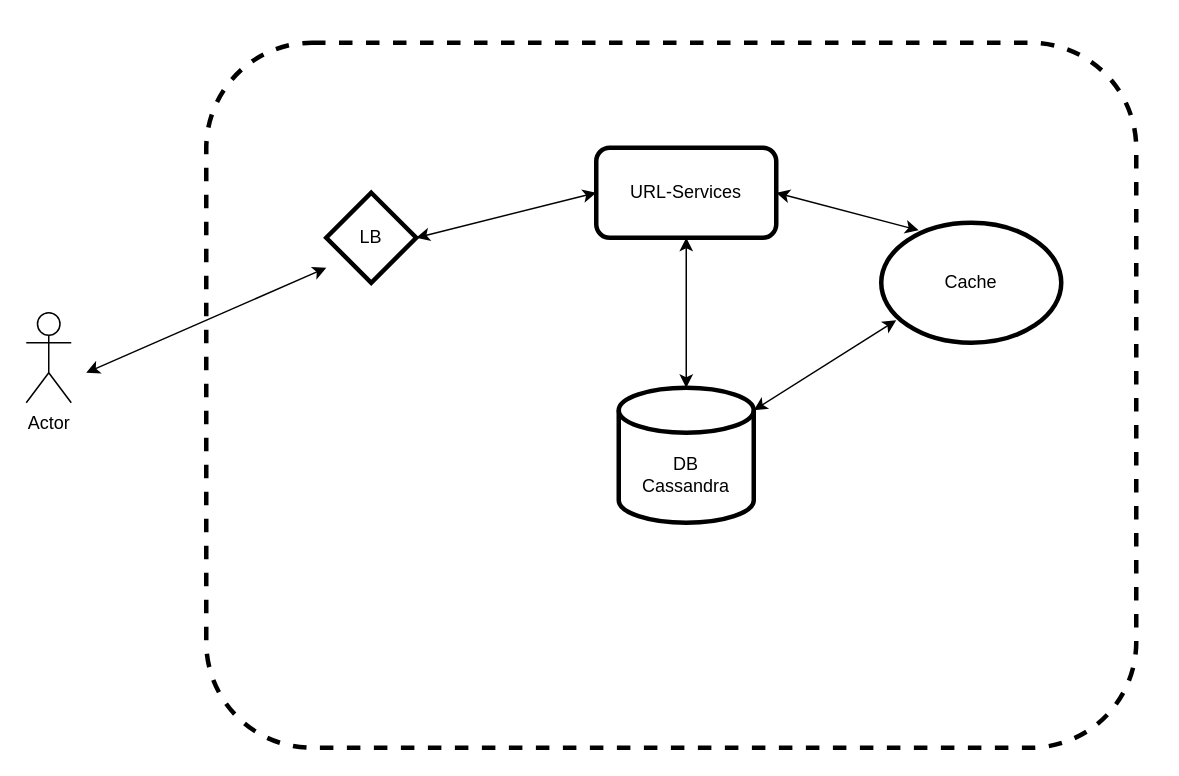
safeer123/algo-man keeps this draw.io diagram as page "URL_shortening_serive" (1 of 2) of learn-notes/URL_Shortening.drawio. Above is the earlier version. Source tidied: cells renumbered, new cells numbered last; positions are measured from the earlier drawing's top-left corner, leaving out a move shared by most shapes. Both pictures are drawn from the tidied source at 150%, with x=0, y=0 at pixel (26, 42).
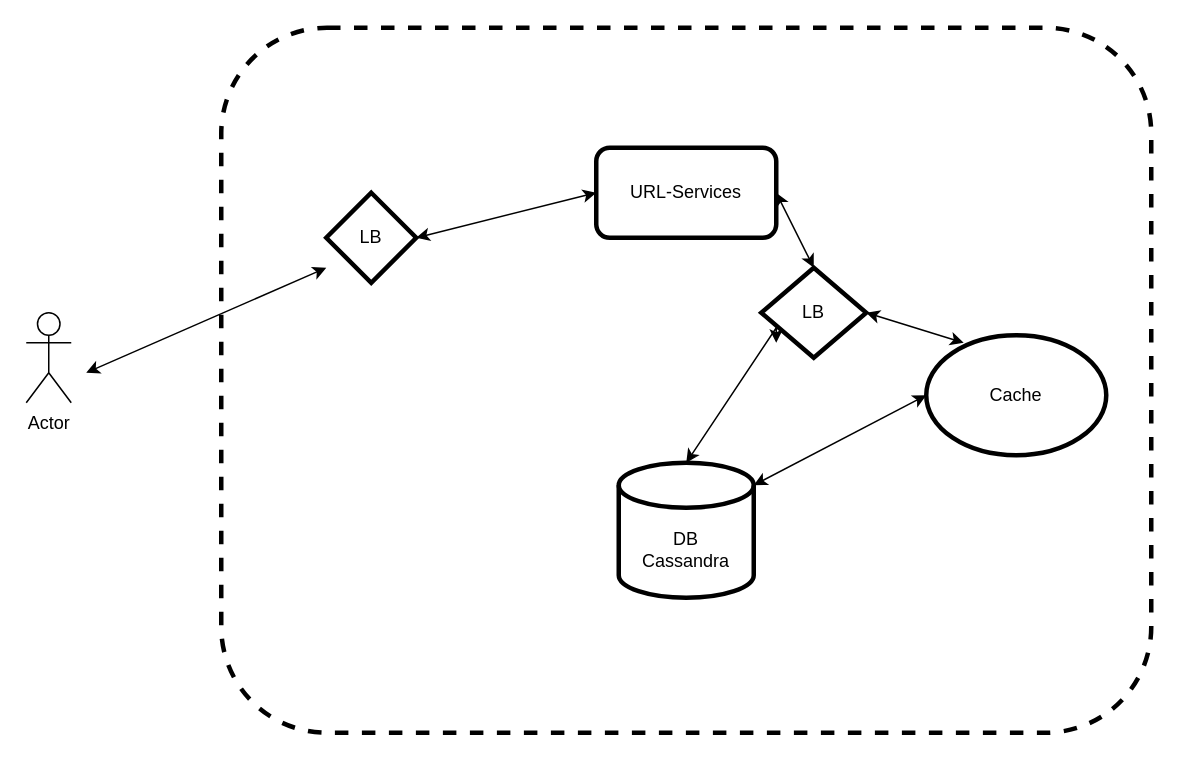
After the change.

The edit, as a diff of the source:
```diff
@@
 <mxGraphModel>
   <root>
     <mxCell id="0" />
     <mxCell id="1" parent="0" />
     <mxCell id="2" value="Actor" style="shape=umlActor;verticalLabelPosition=bottom;verticalAlign=top;html=1;" parent="1" vertex="1">
       <mxGeometry y="180" width="30" height="60" as="geometry" />
     </mxCell>
     <mxCell id="3" style="rounded=1;whiteSpace=wrap;html=1;dashed=1;strokeWidth=3;" parent="1" vertex="1">
-      <mxGeometry x="120" width="620" height="470" as="geometry" />
+      <mxGeometry x="130" y="-10" width="620" height="470" as="geometry" />
     </mxCell>
     <mxCell id="4" value="URL-Services" style="rounded=1;whiteSpace=wrap;html=1;strokeWidth=3;" parent="1" vertex="1">
       <mxGeometry x="380" y="70" width="120" height="60" as="geometry" />
     </mxCell>
     <mxCell id="5" value="DB&lt;br&gt;Cassandra" style="shape=cylinder3;whiteSpace=wrap;html=1;boundedLbl=1;backgroundOutline=1;size=15;strokeWidth=3;" parent="1" vertex="1">
-      <mxGeometry x="395" y="230" width="90" height="90" as="geometry" />
+      <mxGeometry x="395" y="280" width="90" height="90" as="geometry" />
     </mxCell>
     <mxCell id="6" style="endArrow=classic;startArrow=classic;html=1;rounded=0;" parent="1" edge="1">
       <mxGeometry relative="1" as="geometry">
         <mxPoint x="40" y="220" as="sourcePoint" />
         <mxPoint x="200" y="150" as="targetPoint" />
       </mxGeometry>
     </mxCell>
-    <mxCell id="7" style="endArrow=classic;startArrow=classic;html=1;rounded=0;entryX=0.5;entryY=0;entryDx=0;entryDy=0;entryPerimeter=0;exitX=0.5;exitY=1;exitDx=0;exitDy=0;" parent="1" edge="1" source="4" target="5">
-      <mxGeometry relative="1" as="geometry" />
+    <mxCell id="7" style="endArrow=classic;startArrow=classic;html=1;rounded=0;entryX=0.5;entryY=0;entryDx=0;entryDy=0;entryPerimeter=0;" parent="1" edge="1" target="5">
+      <mxGeometry relative="1" as="geometry">
+        <mxPoint x="500" y="200" as="sourcePoint" />
+        <Array as="points">
+          <mxPoint x="500" y="190" />
+        </Array>
+      </mxGeometry>
     </mxCell>
     <mxCell id="8" value="LB" style="rhombus;whiteSpace=wrap;html=1;strokeWidth=3;" parent="1" vertex="1">
       <mxGeometry x="200" y="100" width="60" height="60" as="geometry" />
     </mxCell>
     <mxCell id="9" style="endArrow=classic;startArrow=classic;html=1;rounded=0;exitX=0;exitY=0.5;exitDx=0;exitDy=0;entryX=1;entryY=0.5;entryDx=0;entryDy=0;" parent="1" edge="1" source="4" target="8">
       <mxGeometry relative="1" as="geometry" />
     </mxCell>
     <mxCell id="10" value="Cache" style="ellipse;whiteSpace=wrap;html=1;strokeWidth=3;" parent="1" vertex="1">
-      <mxGeometry x="570" y="120" width="120" height="80" as="geometry" />
+      <mxGeometry x="600" y="195" width="120" height="80" as="geometry" />
     </mxCell>
-    <mxCell id="11" style="endArrow=classic;startArrow=classic;html=1;rounded=0;entryX=0.208;entryY=0.063;entryDx=0;entryDy=0;entryPerimeter=0;exitX=1;exitY=0.5;exitDx=0;exitDy=0;" parent="1" edge="1" source="4" target="10">
+    <mxCell id="11" style="endArrow=classic;startArrow=classic;html=1;rounded=0;entryX=0.208;entryY=0.063;entryDx=0;entryDy=0;entryPerimeter=0;exitX=1;exitY=0.5;exitDx=0;exitDy=0;" parent="1" edge="1" source="13" target="10">
       <mxGeometry relative="1" as="geometry" />
     </mxCell>
-    <mxCell id="12" style="endArrow=classic;startArrow=classic;html=1;rounded=0;exitX=1;exitY=0;exitDx=0;exitDy=15;exitPerimeter=0;" parent="1" edge="1" source="5">
-      <mxGeometry relative="1" as="geometry">
-        <mxPoint x="580" y="185" as="targetPoint" />
-      </mxGeometry>
+    <mxCell id="12" style="endArrow=classic;startArrow=classic;html=1;rounded=0;exitX=1;exitY=0;exitDx=0;exitDy=15;exitPerimeter=0;entryX=0;entryY=0.5;entryDx=0;entryDy=0;" parent="1" edge="1" source="5" target="10">
+      <mxGeometry relative="1" as="geometry" />
     </mxCell>
+    <mxCell id="13" value="LB" style="rhombus;whiteSpace=wrap;html=1;strokeWidth=3;" parent="1" vertex="1">
+      <mxGeometry x="490" y="150" width="70" height="60" as="geometry" />
+    </mxCell>
+    <mxCell id="14" style="endArrow=classic;startArrow=classic;html=1;rounded=0;exitX=1;exitY=0.5;exitDx=0;exitDy=0;entryX=0.5;entryY=0;entryDx=0;entryDy=0;" parent="1" edge="1" source="4" target="13">
+      <mxGeometry relative="1" as="geometry" />
+    </mxCell>
   </root>
 </mxGraphModel>
```
